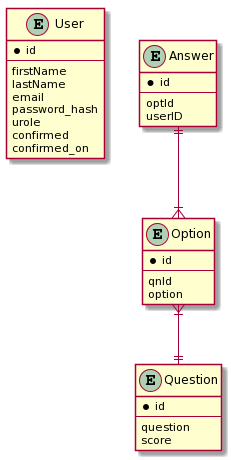
This is docs/diagrams/Database.png from Orbital-Knewbie/Knewbie, a PlantUML export, as it was before one commit.
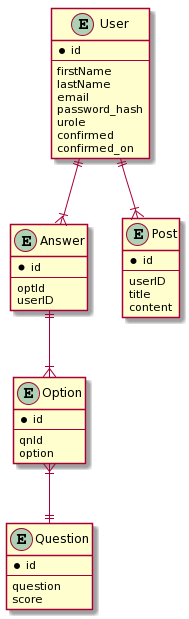
Above is the later version.

Change to the diagram source:
```diff
@@ -32,6 +32,17 @@
 userID
 }
 
+entity Post {
+*id
+--
+userID
+title
+content
+}
+
+User ||--|{ Post
+User ||--|{ Answer
+
 Answer ||--|{ Option
 Option }|--|| Question
 @enduml
```
